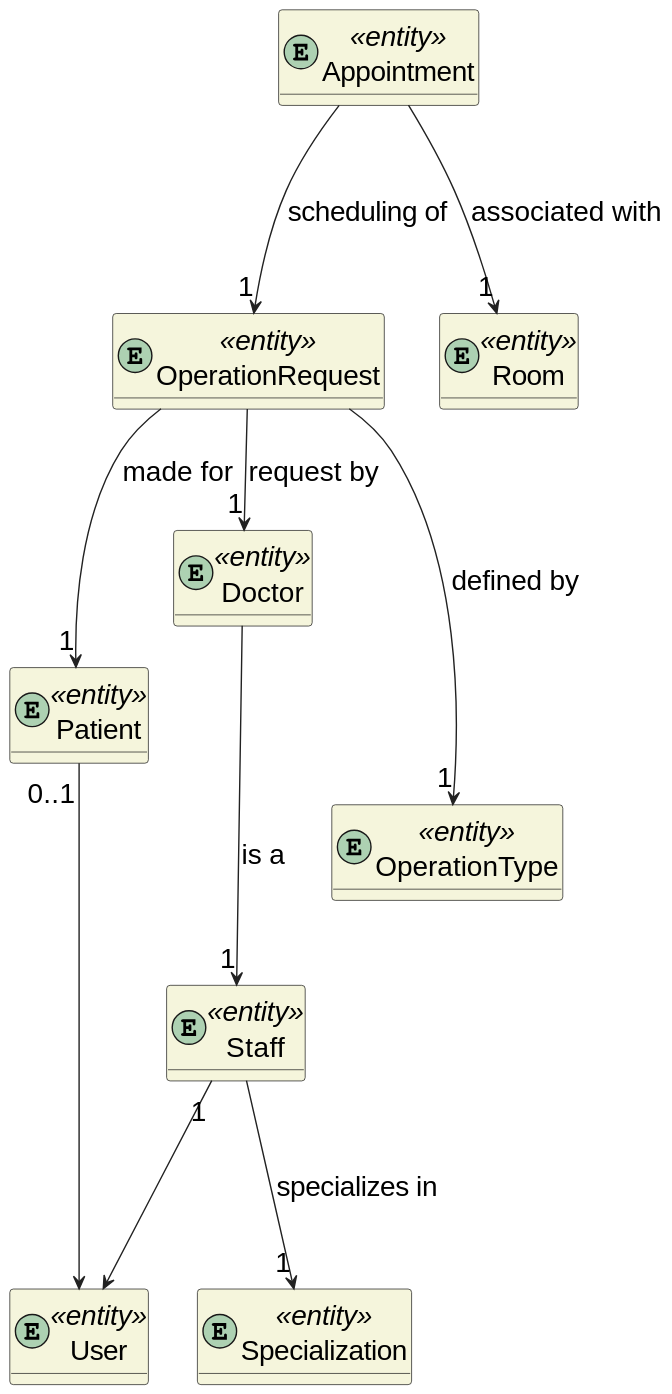
Above: docs/sprint-1/team-decisions/domain-model/domain-model-simplification.svg in rita-barbosa/LAPR5-2425 (PlantUML), before the change.
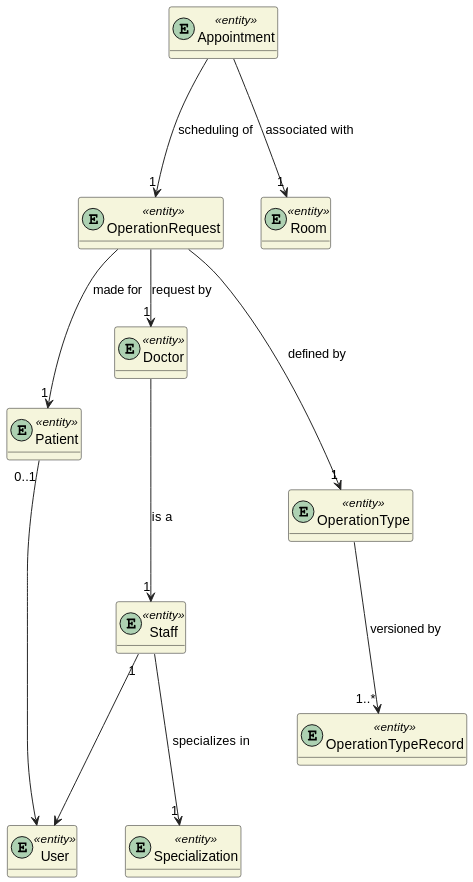
After the commit.

What changed in the source:
```diff
@@ -1,6 +1,4 @@
 @startuml
-skinparamlocked defaultFontSize 20
-
 skinparam classAttributeIconSize 0
 hide empty attributes
 skinparam classBackgroundColor beige
@@ -14,6 +12,7 @@
 entity Appointment <<entity>>{}
 entity OperationRequest <<entity>>{}
 entity OperationType <<entity>> {}
+entity OperationTypeRecord <<entity>> {}
 entity Room <<entity>>{}
 entity Specialization <<entity>> {}
 
@@ -27,5 +26,6 @@
 OperationRequest --> "1" Patient : made for
 Appointment ---> "1" OperationRequest : scheduling of
 OperationRequest ---> "1" OperationType : defined by
+OperationType ---> "1..*" OperationTypeRecord : versioned by
 Appointment ---> "1" Room : associated with
 @enduml
```
